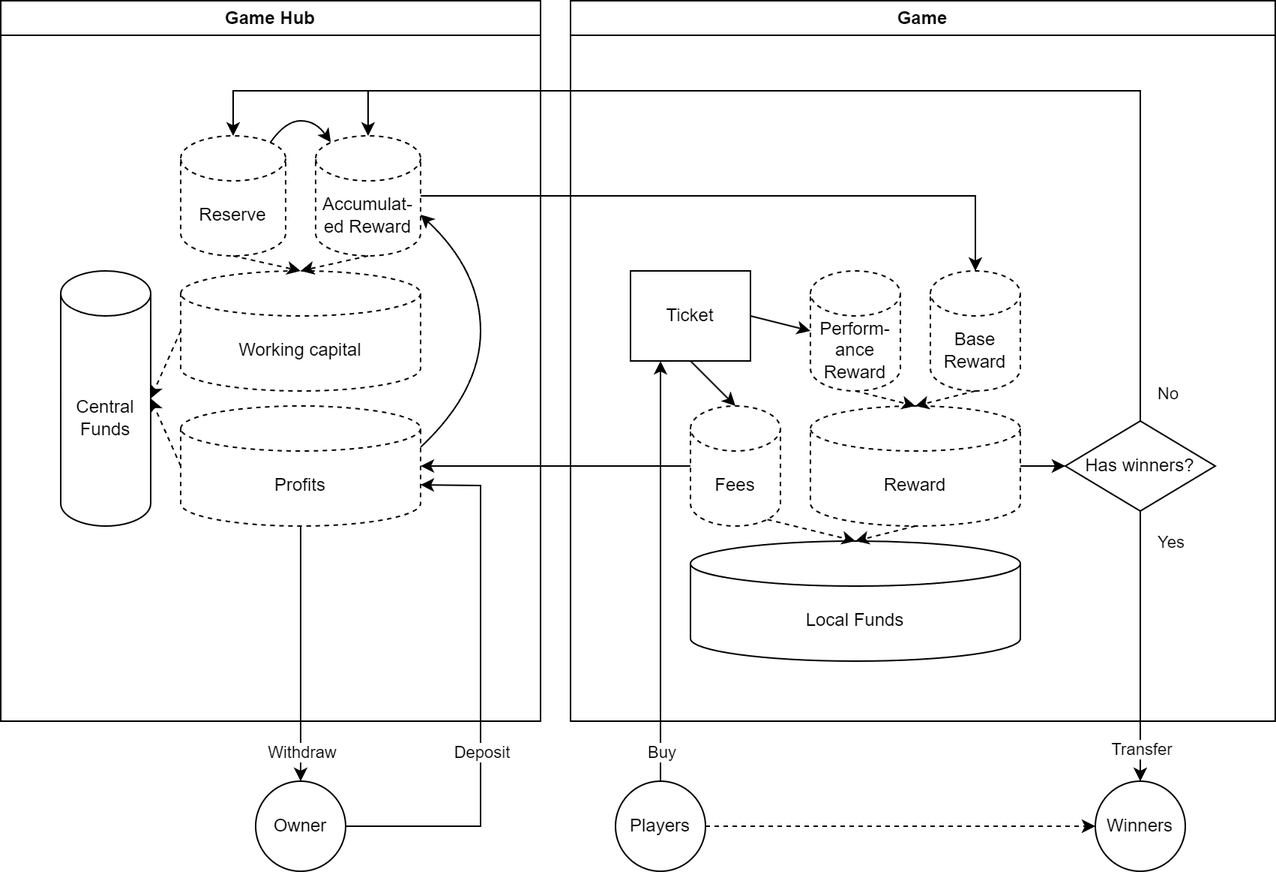
The draw.io diagram docs/diagrams/LuckyGameCapitalCycle.png in linhntaim/ethereum-lottery-contract, before a commit. Source tidied: cells renumbered, new cells last; positions are measured from the earlier drawing's top-left corner, leaving out a move shared by most shapes.
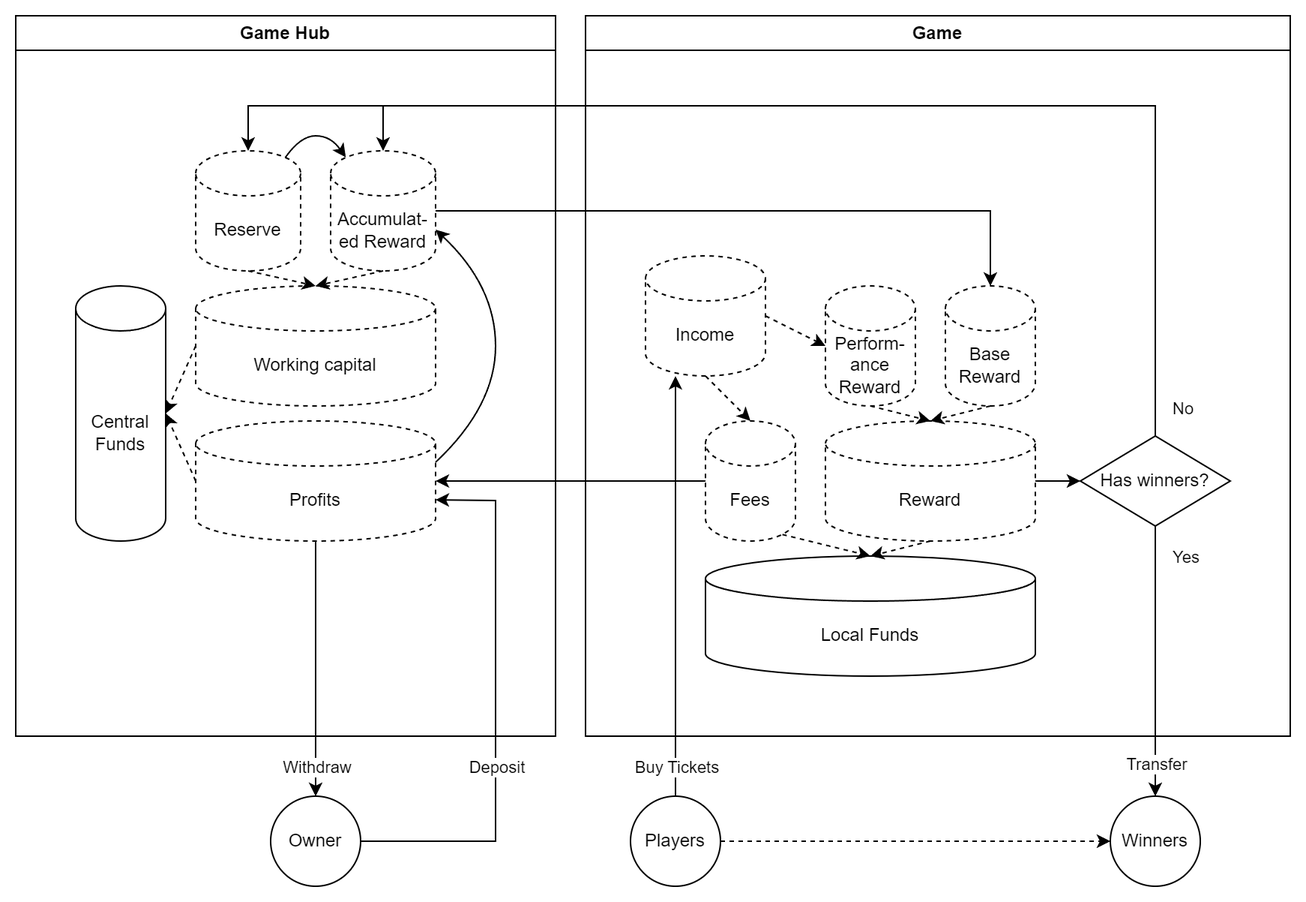
Above is the later version.

Diff of the diagram source:
```diff
@@ -66,13 +66,10 @@
     <mxCell id="19" value="Local Funds" style="shape=cylinder3;whiteSpace=wrap;html=1;boundedLbl=1;backgroundOutline=1;size=15;" parent="14" vertex="1">
       <mxGeometry x="80" y="360" width="220" height="80" as="geometry" />
     </mxCell>
-    <mxCell id="20" value="Ticket" style="rounded=0;whiteSpace=wrap;html=1;" parent="14" vertex="1">
-      <mxGeometry x="40" y="180" width="80" height="60" as="geometry" />
-    </mxCell>
-    <mxCell id="21" style="endArrow=classic;html=1;rounded=0;exitX=1;exitY=0.5;exitDx=0;exitDy=0;entryX=0;entryY=0.5;entryDx=0;entryDy=0;entryPerimeter=0;" parent="14" edge="1" source="20" target="16">
+    <mxCell id="21" style="endArrow=classic;html=1;rounded=0;exitX=1;exitY=0.5;exitDx=0;exitDy=0;entryX=0;entryY=0.5;entryDx=0;entryDy=0;entryPerimeter=0;exitPerimeter=0;dashed=1;" parent="14" edge="1" source="47" target="16">
       <mxGeometry relative="1" as="geometry" />
     </mxCell>
-    <mxCell id="22" style="endArrow=classic;html=1;rounded=0;exitX=0.5;exitY=1;exitDx=0;exitDy=0;entryX=0.5;entryY=0;entryDx=0;entryDy=0;entryPerimeter=0;" parent="14" edge="1" source="20" target="18">
+    <mxCell id="22" style="endArrow=classic;html=1;rounded=0;exitX=0.5;exitY=1;exitDx=0;exitDy=0;entryX=0.5;entryY=0;entryDx=0;entryDy=0;entryPerimeter=0;exitPerimeter=0;dashed=1;" parent="14" edge="1" source="47" target="18">
       <mxGeometry relative="1" as="geometry" />
     </mxCell>
     <mxCell id="23" value="Has winners?" style="rhombus;whiteSpace=wrap;html=1;" parent="14" vertex="1">
@@ -93,6 +90,9 @@
     <mxCell id="28" style="endArrow=classic;html=1;rounded=0;exitX=0.5;exitY=1;exitDx=0;exitDy=0;exitPerimeter=0;entryX=0.5;entryY=0;entryDx=0;entryDy=0;entryPerimeter=0;dashed=1;" parent="14" edge="1" source="17" target="19">
       <mxGeometry relative="1" as="geometry" />
     </mxCell>
+    <mxCell id="47" value="Income" style="shape=cylinder3;whiteSpace=wrap;html=1;boundedLbl=1;backgroundOutline=1;size=15;dashed=1;" parent="14" vertex="1">
+      <mxGeometry x="40" y="160" width="80" height="80" as="geometry" />
+    </mxCell>
     <mxCell id="29" style="endArrow=classic;html=1;rounded=0;exitX=0;exitY=0.5;exitDx=0;exitDy=0;exitPerimeter=0;entryX=1;entryY=0.5;entryDx=0;entryDy=0;entryPerimeter=0;" parent="1" edge="1" source="18" target="5">
       <mxGeometry relative="1" as="geometry" />
     </mxCell>
@@ -141,10 +141,12 @@
     <mxCell id="38" value="Transfer" style="edgeLabel;html=1;align=center;verticalAlign=middle;" parent="36" vertex="1">
       <mxGeometry x="0.76" relative="1" as="geometry" />
     </mxCell>
-    <mxCell id="39" style="endArrow=classic;html=1;rounded=0;exitX=0.5;exitY=0;exitDx=0;exitDy=0;entryX=0.25;entryY=1;entryDx=0;entryDy=0;" parent="1" edge="1" source="42" target="20">
-      <mxGeometry relative="1" as="geometry" />
+    <mxCell id="39" style="endArrow=classic;html=1;rounded=0;exitX=0.5;exitY=0;exitDx=0;exitDy=0;entryX=0.25;entryY=1;entryDx=0;entryDy=0;" parent="1" edge="1" source="42">
+      <mxGeometry relative="1" as="geometry">
+        <mxPoint x="440" y="240" as="targetPoint" />
+      </mxGeometry>
     </mxCell>
-    <mxCell id="40" value="Buy" style="edgeLabel;html=1;align=center;verticalAlign=middle;" parent="39" vertex="1">
+    <mxCell id="40" value="Buy Tickets" style="edgeLabel;html=1;align=center;verticalAlign=middle;" parent="39" vertex="1">
       <mxGeometry x="-0.86" relative="1" as="geometry" />
     </mxCell>
     <mxCell id="41" value="Owner" style="ellipse;whiteSpace=wrap;html=1;" parent="1" vertex="1">
```
